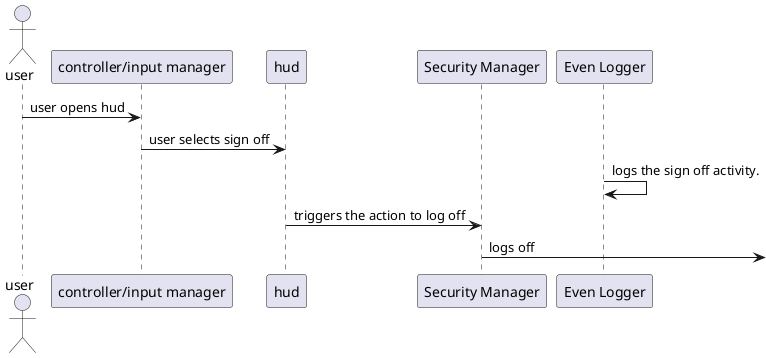
Earlier version of the PlantUML export uml/sequence diagrams/signoff/signoff.png (batunii/Project_X).
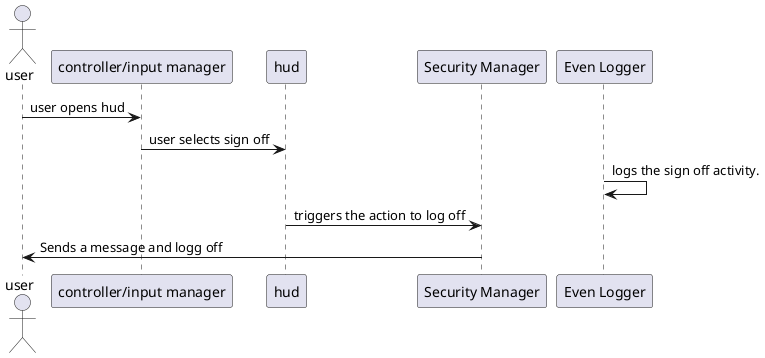
The same file after the commit.

Commit message:
Logs of direction back to user

What changed in the source:
```diff
@@ -9,5 +9,5 @@
 input -> hud : user selects sign off
 log -> log : logs the sign off activity.
 hud -> auth : triggers the action to log off
-auth -> : logs off
+auth -> user : Sends a message and logg off
 @enduml
```
